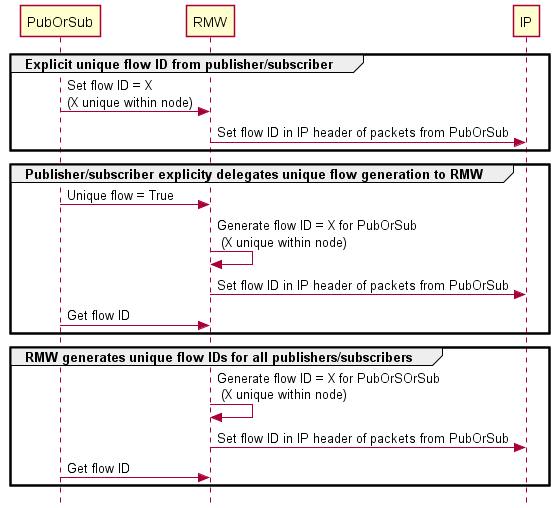
Above: articles/unique-network-flows-arch-options.png in ros2/design (PlantUML), before the change.
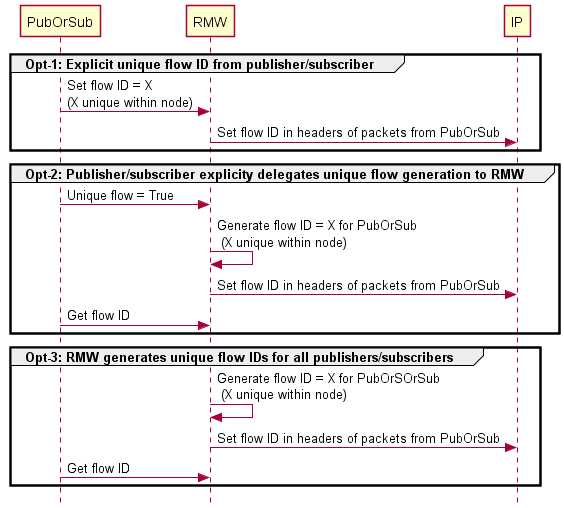
After the commit.

Commit message:
Update figure to remove header specificity

Change to the diagram source:
```diff
@@ -1,18 +1,18 @@
 @startuml Unique Flow Creation
 skinparam style strictuml
-group Explicit unique flow ID from publisher/subscriber
+group Opt-1: Explicit unique flow ID from publisher/subscriber
 PubOrSub -> RMW : Set flow ID = X \n(X unique within node)
-RMW -> IP : Set flow ID in IP header of packets from PubOrSub
+RMW -> IP : Set flow ID in headers of packets from PubOrSub
 end
-group Publisher/subscriber explicity delegates unique flow generation to RMW
+group Opt-2: Publisher/subscriber explicity delegates unique flow generation to RMW
 PubOrSub -> RMW : Unique flow = True
 RMW -> RMW : Generate flow ID = X for PubOrSub \n (X unique within node)
-RMW -> IP : Set flow ID in IP header of packets from PubOrSub
+RMW -> IP : Set flow ID in headers of packets from PubOrSub
 PubOrSub -> RMW : Get flow ID
 end
-group RMW generates unique flow IDs for all publishers/subscribers
+group Opt-3: RMW generates unique flow IDs for all publishers/subscribers
 RMW -> RMW : Generate flow ID = X for PubOrSOrSub \n (X unique within node)
-RMW -> IP : Set flow ID in IP header of packets from PubOrSub
+RMW -> IP : Set flow ID in headers of packets from PubOrSub
 PubOrSub -> RMW : Get flow ID
 end
 @enduml
```
